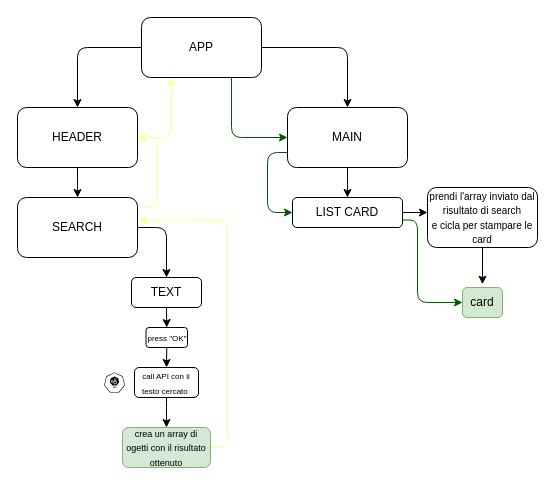
Before: diagramma di flusso.drawio in Simone-De-Santis/vue-boolflix, a draw.io diagram. Source tidied: cells renumbered, new cells numbered last; positions are measured from the earlier drawing's top-left corner, leaving out a move shared by most shapes. Both pictures are drawn from the tidied source at 100%, with x=0, y=0 at pixel (17, 17).
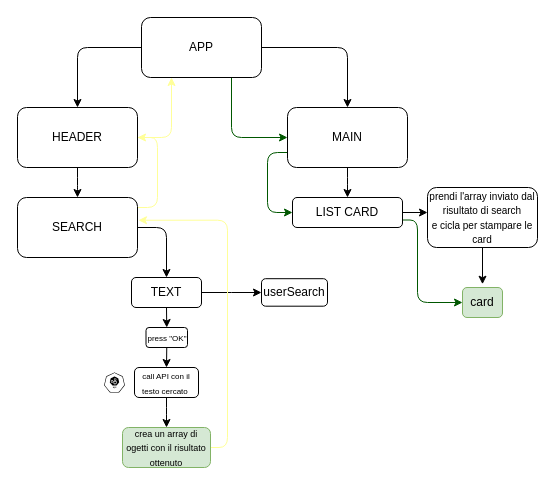
The same diagram, later.

Unchanged cells that the change refers to:
```xml
<mxCell id="16" value="TEXT" style="whiteSpace=wrap;html=1;rounded=1;" parent="1" vertex="1">
  <mxGeometry x="114" y="260" width="70" height="30" as="geometry" />
</mxCell>
```

Change to the diagram source:
```diff
@@
+    <mxCell id="30" style="edgeStyle=orthogonalEdgeStyle;rounded=0;jettySize=auto;html=1;" parent="1" edge="1" source="16" target="31">
+      <mxGeometry relative="1" as="geometry" />
+    </mxCell>
@@
+    <mxCell id="31" value="userSearch" style="whiteSpace=wrap;html=1;rounded=1;" parent="1" vertex="1">
+      <mxGeometry x="244" y="261.2" width="66" height="27.5" as="geometry" />
+    </mxCell>
```
